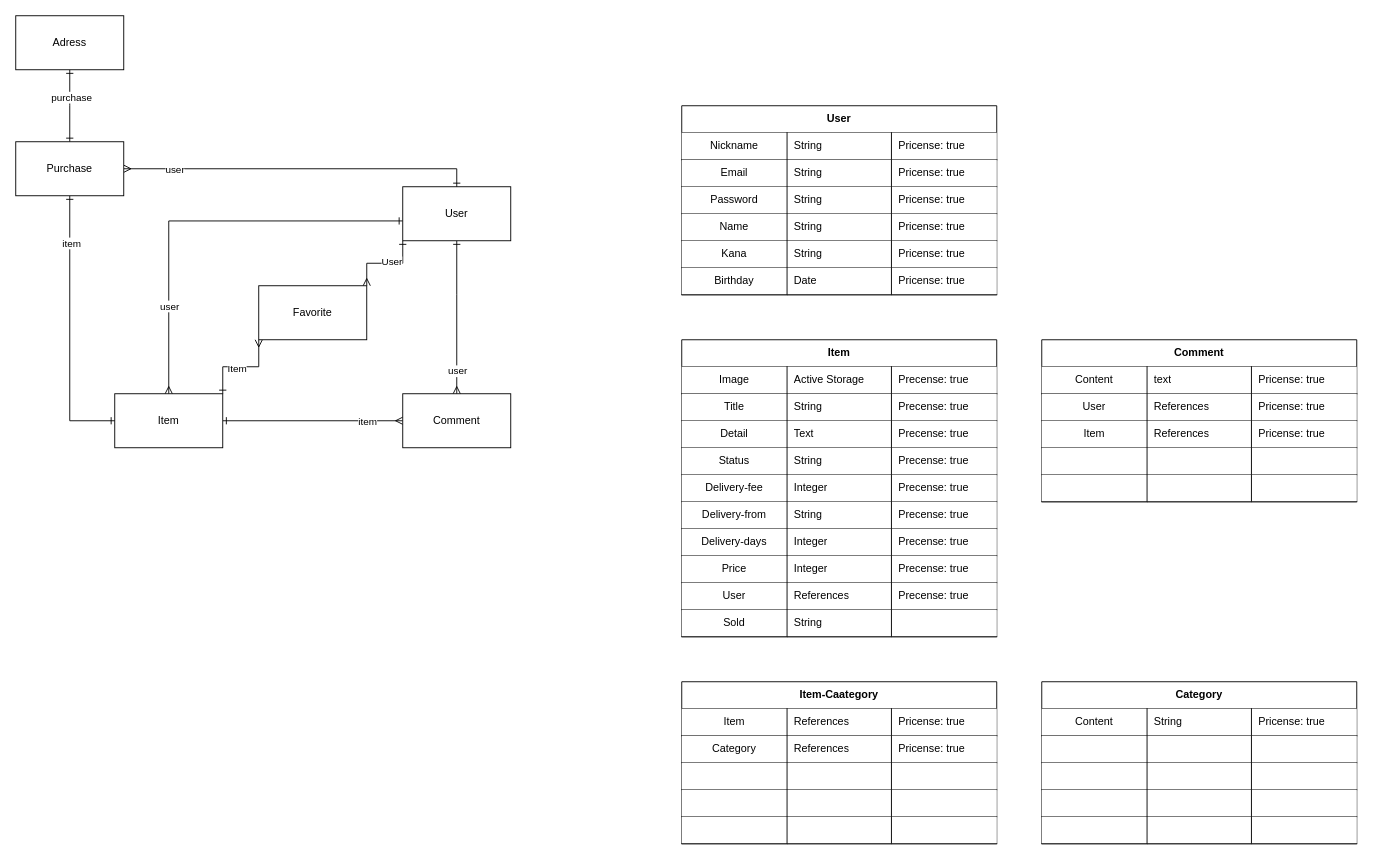
Before: er.drawio in ken-is-engineer/furima-34416, a draw.io diagram. Source tidied: cells renumbered, new cells numbered last; positions are measured from the earlier drawing's top-left corner, leaving out a move shared by most shapes. Both pictures are drawn from the tidied source at 90%, with x=0, y=0 at pixel (15, 15).
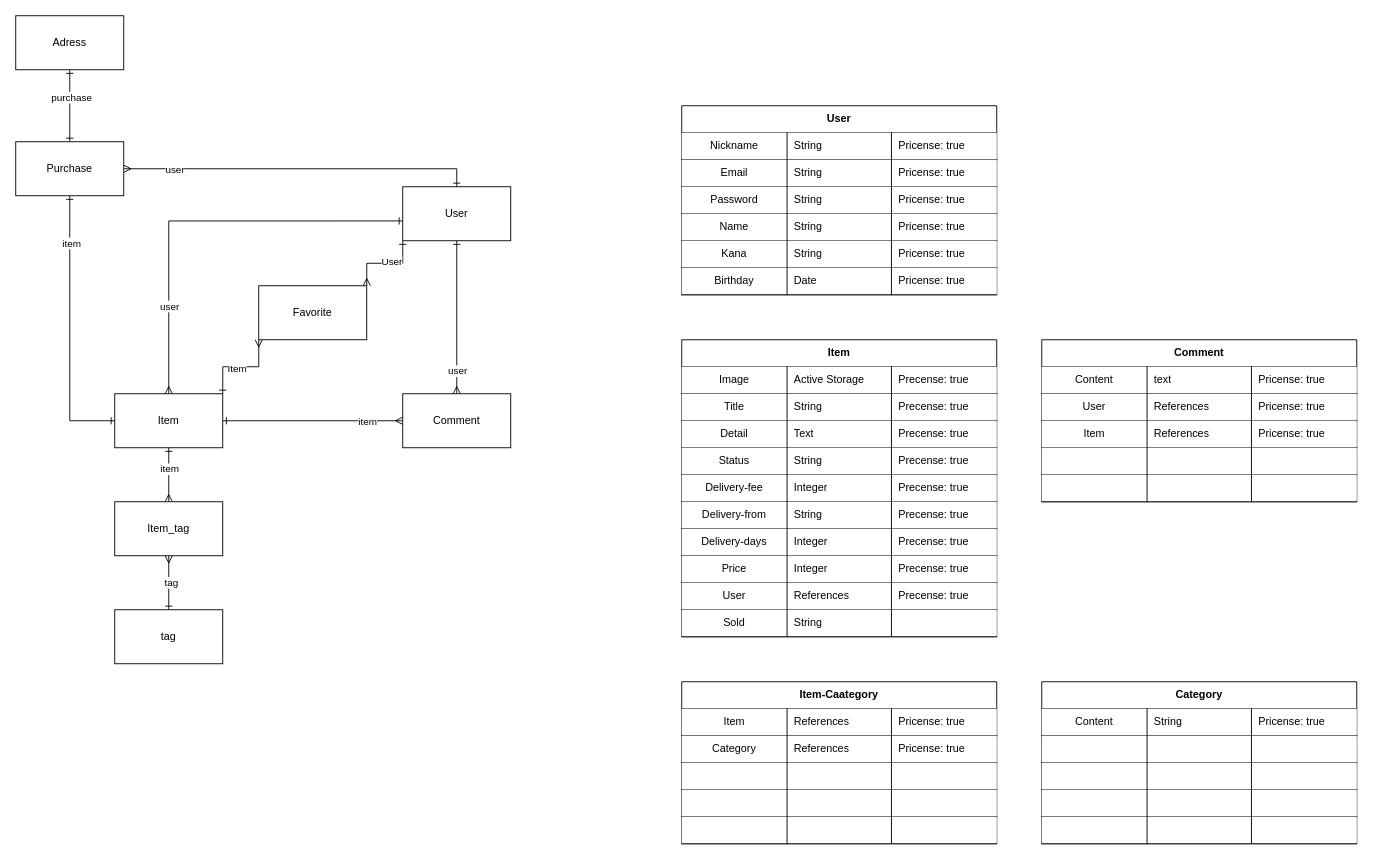
After the change.

Unchanged cells that the change refers to:
```xml
<mxCell id="11" value="Item" style="whiteSpace=wrap;html=1;" parent="1" vertex="1">
  <mxGeometry x="110" y="420" width="120" height="60" as="geometry" />
</mxCell>
```

Diff of the diagram source:
```diff
@@
+    <mxCell id="153" style="edgeStyle=orthogonalEdgeStyle;rounded=0;jettySize=auto;html=1;exitX=0.5;exitY=0;exitDx=0;exitDy=0;entryX=0.5;entryY=1;entryDx=0;entryDy=0;endArrow=ERone;endFill=0;startArrow=ERmany;startFill=0;" parent="1" edge="1" source="157" target="11">
+      <mxGeometry relative="1" as="geometry" />
+    </mxCell>
+    <mxCell id="154" value="item" style="edgeLabel;html=1;align=center;verticalAlign=middle;" parent="153" vertex="1">
+      <mxGeometry x="0.23" relative="1" as="geometry" />
+    </mxCell>
@@
+    <mxCell id="155" style="edgeStyle=orthogonalEdgeStyle;rounded=0;jettySize=auto;html=1;exitX=0.5;exitY=1;exitDx=0;exitDy=0;entryX=0.5;entryY=0;entryDx=0;entryDy=0;endArrow=ERone;endFill=0;startArrow=ERmany;startFill=0;" parent="1" edge="1" source="157" target="158">
+      <mxGeometry relative="1" as="geometry" />
+    </mxCell>
+    <mxCell id="156" value="tag" style="edgeLabel;html=1;align=center;verticalAlign=middle;" parent="155" vertex="1">
+      <mxGeometry x="-0.03" y="2" relative="1" as="geometry" />
+    </mxCell>
+    <mxCell id="157" value="Item_tag" style="whiteSpace=wrap;html=1;" parent="1" vertex="1">
+      <mxGeometry x="110" y="540" width="120" height="60" as="geometry" />
+    </mxCell>
+    <mxCell id="158" value="tag" style="whiteSpace=wrap;html=1;" parent="1" vertex="1">
+      <mxGeometry x="110" y="660" width="120" height="60" as="geometry" />
+    </mxCell>
```
